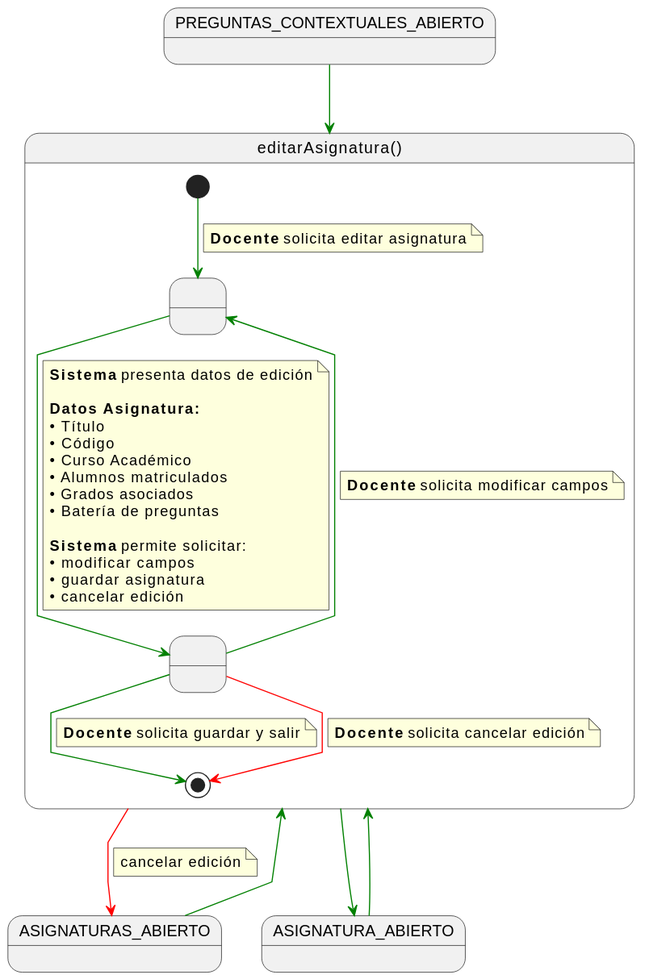
The PlantUML diagram documents/casos-de-uso/detalladoCasosDeUso/editarAsignatura/editarAsignatura.svg in martinlopez7/25-26-IdSw1-SdR, before a commit. Source of this version:
```plantuml
@startuml
skinparam linetype polyline


state PREGUNTAS_CONTEXTUALES_ABIERTO
state ASIGNATURAS_ABIERTO
state ASIGNATURA_ABIERTO


PREGUNTAS_CONTEXTUALES_ABIERTO -[#green]-> editarAsignatura
ASIGNATURAS_ABIERTO -[#green]-> editarAsignatura
ASIGNATURA_ABIERTO -[#green]-> editarAsignatura

state editarAsignatura as "editarAsignatura()" {

    state " " as EditandoDatos
    state " " as GuardandoDatos

    [*] -[#green]-> EditandoDatos
    note on link
    <b>Docente</b> solicita editar asignatura
    end note

    EditandoDatos -[#green]-> GuardandoDatos
    note on link
    <b>Sistema</b> presenta datos de edición

    <b>Datos Asignatura:</b>
    • Título
    • Código
    • Curso Académico
    • Alumnos matriculados
    • Grados asociados
    • Batería de preguntas

    <b>Sistema</b> permite solicitar:
    • modificar campos
    • guardar asignatura
    • cancelar edición
    end note

    GuardandoDatos -[#green]-> EditandoDatos
    note on link
    <b>Docente</b> solicita modificar campos
    end note

    GuardandoDatos -[#green]-> [*]
    note on link
    <b>Docente</b> solicita guardar y salir
    end note

    GuardandoDatos -[#red]-> [*]
    note on link
    <b>Docente</b> solicita cancelar edición
    end note
}



editarAsignatura -[#green]-> ASIGNATURA_ABIERTO

editarAsignatura -[#red]-> ASIGNATURAS_ABIERTO
note on link
cancelar edición
end note
@enduml
```
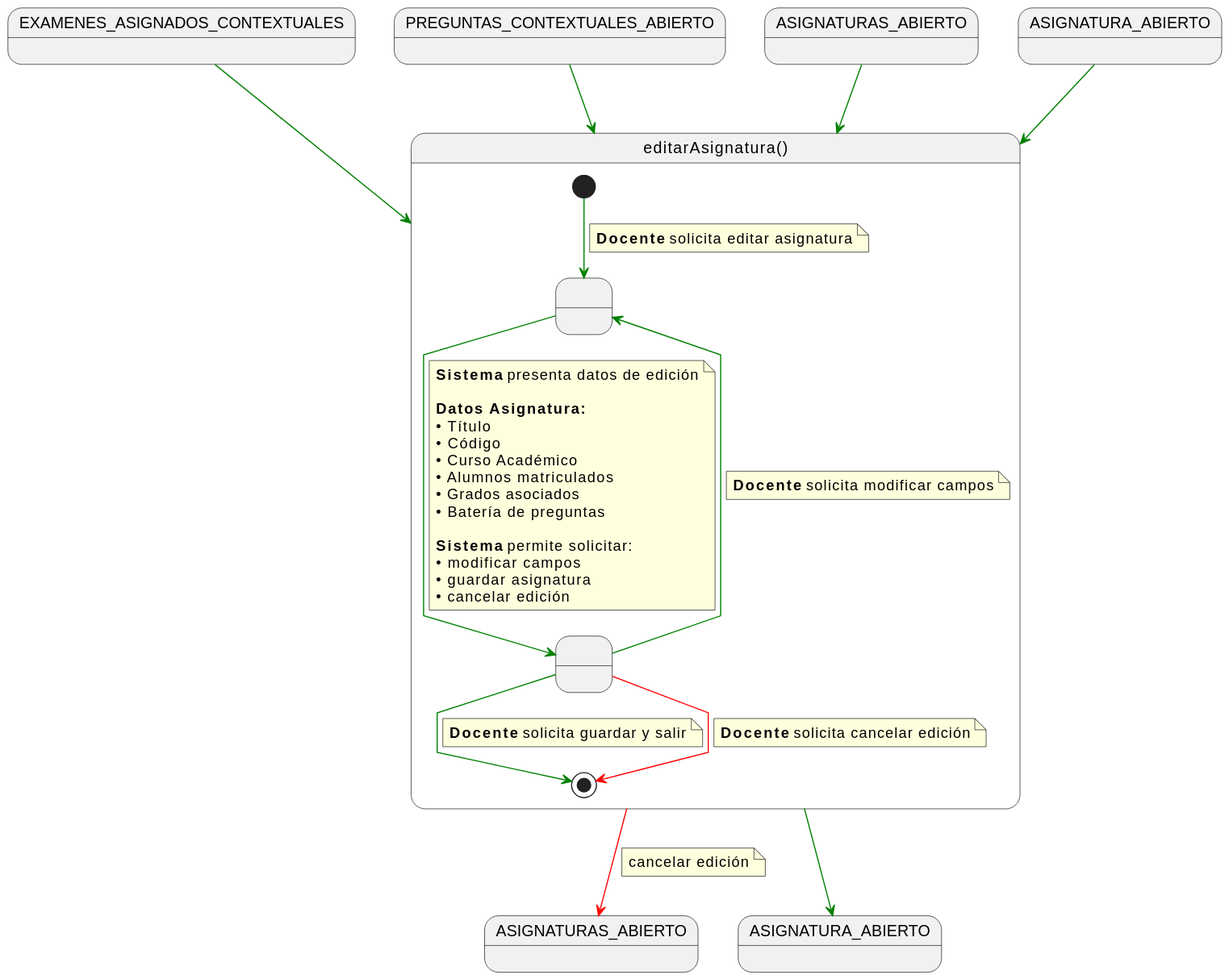
Later version of the same file.

The edit, as a diff of the source:
```diff
@@ -1,12 +1,14 @@
 @startuml
 skinparam linetype polyline
 
-
+state EXAMENES_ASIGNADOS_CONTEXTUALES
 state PREGUNTAS_CONTEXTUALES_ABIERTO
 state ASIGNATURAS_ABIERTO
 state ASIGNATURA_ABIERTO
+state ASIGNATURAS_ABIERTO2 as "ASIGNATURAS_ABIERTO"
+state ASIGNATURA_ABIERTO2 as "ASIGNATURA_ABIERTO"
 
-
+EXAMENES_ASIGNADOS_CONTEXTUALES -[#green]-> editarAsignatura
 PREGUNTAS_CONTEXTUALES_ABIERTO -[#green]-> editarAsignatura
 ASIGNATURAS_ABIERTO -[#green]-> editarAsignatura
 ASIGNATURA_ABIERTO -[#green]-> editarAsignatura
@@ -57,9 +59,9 @@
 
 
 
-editarAsignatura -[#green]-> ASIGNATURA_ABIERTO
+editarAsignatura -[#green]-> ASIGNATURA_ABIERTO2
 
-editarAsignatura -[#red]-> ASIGNATURAS_ABIERTO
+editarAsignatura -[#red]-> ASIGNATURAS_ABIERTO2
 note on link
 cancelar edición
 end note
```
